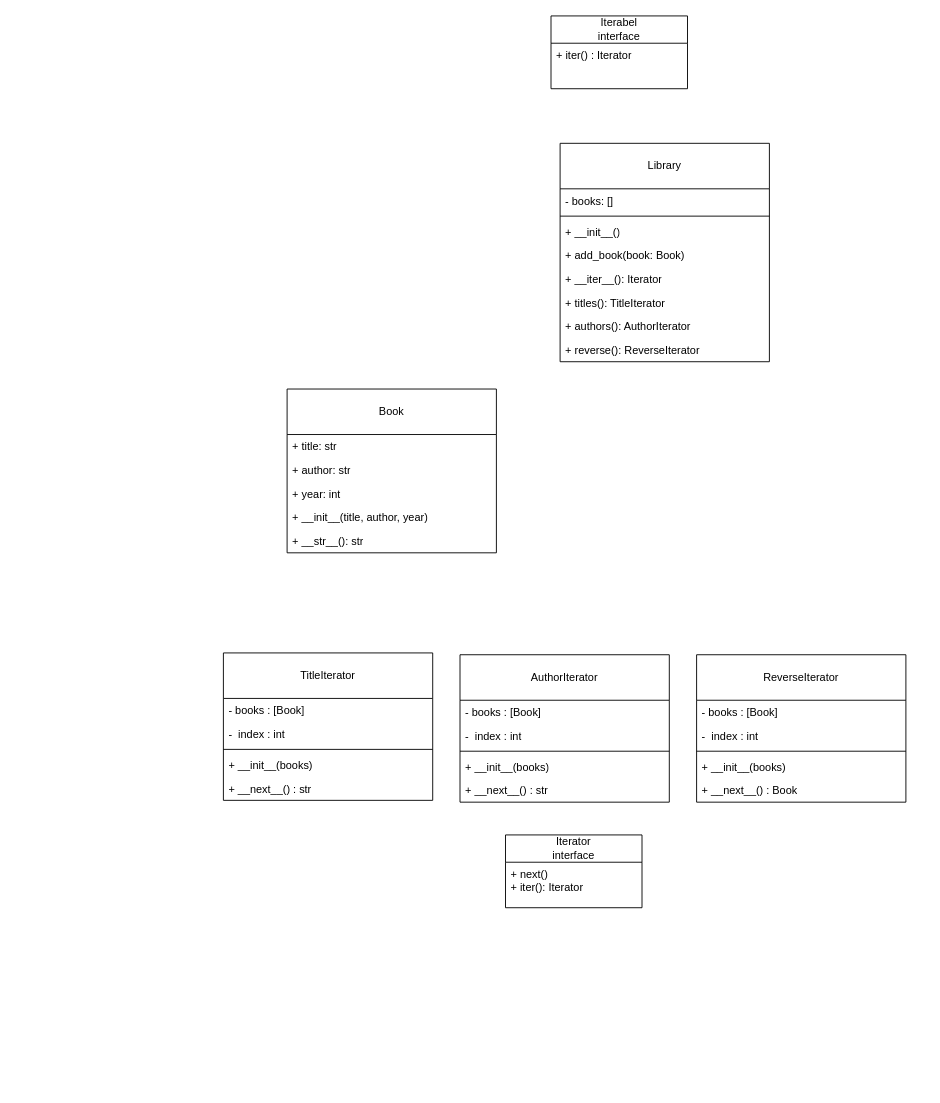
Earlier version of the draw.io diagram behavioral/iterator.drawio (PetrakovVladyslav/patterns). Source tidied: cells renumbered, new cells numbered last; positions are measured from the earlier drawing's top-left corner, leaving out a move shared by most shapes. Both pictures are drawn from the tidied source at 91%, with x=0, y=0 at pixel (223, 15).
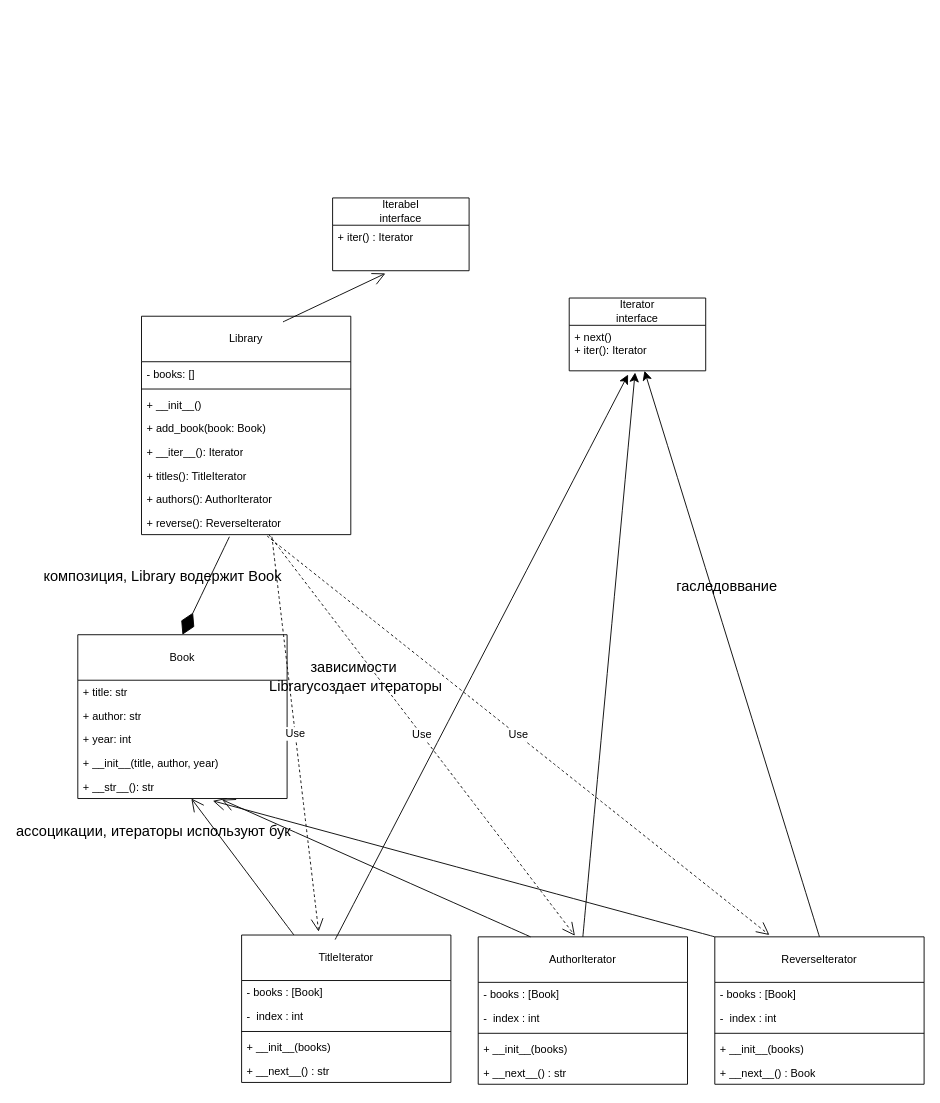
The same diagram, later.

The change refers to these unchanged cells:
```xml
<mxCell id="7" value="+ __str__(): str" style="text;strokeColor=none;fillColor=none;align=left;verticalAlign=top;spacingLeft=4;spacingRight=4;overflow=hidden;points=[[0,0.5],[1,0.5]];portConstraint=eastwest;whiteSpace=wrap;html=1;" parent="2" vertex="1">
  <mxGeometry y="154" width="230" height="26" as="geometry" />
</mxCell>
<mxCell id="22" value="+ reverse(): ReverseIterator" style="text;strokeColor=none;fillColor=none;align=left;verticalAlign=top;spacingLeft=4;spacingRight=4;overflow=hidden;points=[[0,0.5],[1,0.5]];portConstraint=eastwest;whiteSpace=wrap;html=1;" parent="14" vertex="1">
  <mxGeometry y="214" width="230" height="26" as="geometry" />
</mxCell>
<mxCell id="36" value="+ iter() : Iterator" style="text;strokeColor=none;fillColor=none;align=left;verticalAlign=top;spacingLeft=4;spacingRight=4;overflow=hidden;points=[[0,0.5],[1,0.5]];portConstraint=eastwest;whiteSpace=wrap;html=1;" parent="35" vertex="1">
  <mxGeometry y="30" width="150" height="50" as="geometry" />
</mxCell>
```

Change to the diagram source:
```diff
@@
     <mxCell id="2" value="Book" style="swimlane;fontStyle=0;horizontal=1;startSize=50;fillColor=none;whiteSpace=wrap;html=1;" parent="1" vertex="1">
-      <mxGeometry x="70" y="410" width="230" height="180" as="geometry" />
+      <mxGeometry x="-160" y="680" width="230" height="180" as="geometry" />
     </mxCell>
@@
     <mxCell id="8" value="TitleIterator" style="swimlane;fontStyle=0;horizontal=1;startSize=50;fillColor=none;whiteSpace=wrap;html=1;" parent="1" vertex="1">
-      <mxGeometry y="700" width="230" height="162" as="geometry" />
+      <mxGeometry x="20" y="1010" width="230" height="162" as="geometry" />
     </mxCell>
-    <mxCell id="9" value="- books : [Book]" style="text;strokeColor=none;fillColor=none;align=left;verticalAlign=top;spacingLeft=4;spacingRight=4;overflow=hidden;whiteSpace=wrap;html=1;" parent="8" vertex="1">
-      <mxGeometry y="50" width="230" height="26" as="geometry" />
-    </mxCell>
-    <mxCell id="10" value="-&amp;nbsp; index : int" style="text;strokeColor=none;fillColor=none;align=left;verticalAlign=top;spacingLeft=4;spacingRight=4;overflow=hidden;whiteSpace=wrap;html=1;" parent="8" vertex="1">
-      <mxGeometry y="76" width="230" height="26" as="geometry" />
-    </mxCell>
-    <mxCell id="11" style="line;strokeWidth=1;fillColor=none;align=left;verticalAlign=middle;spacingTop=-1;spacingLeft=3;spacingRight=3;labelPosition=right;strokeColor=inherit;" parent="8" vertex="1">
-      <mxGeometry y="102" width="230" height="8" as="geometry" />
-    </mxCell>
-    <mxCell id="12" value="+ __init__(books)" style="text;strokeColor=none;fillColor=none;align=left;verticalAlign=top;spacingLeft=4;spacingRight=4;overflow=hidden;whiteSpace=wrap;html=1;" parent="8" vertex="1">
-      <mxGeometry y="110" width="230" height="26" as="geometry" />
-    </mxCell>
-    <mxCell id="13" value="+ __next__() : str" style="text;strokeColor=none;fillColor=none;align=left;verticalAlign=top;spacingLeft=4;spacingRight=4;overflow=hidden;whiteSpace=wrap;html=1;" parent="8" vertex="1">
-      <mxGeometry y="136" width="230" height="26" as="geometry" />
-    </mxCell>
+    <mxCell id="39" value="- books : [Book]" style="text;strokeColor=none;fillColor=none;align=left;verticalAlign=top;spacingLeft=4;spacingRight=4;overflow=hidden;whiteSpace=wrap;html=1;" parent="8" vertex="1">
+      <mxGeometry y="50" width="230" height="26" as="geometry" />
+    </mxCell>
+    <mxCell id="40" value="-&amp;nbsp; index : int" style="text;strokeColor=none;fillColor=none;align=left;verticalAlign=top;spacingLeft=4;spacingRight=4;overflow=hidden;whiteSpace=wrap;html=1;" parent="8" vertex="1">
+      <mxGeometry y="76" width="230" height="26" as="geometry" />
+    </mxCell>
+    <mxCell id="41" style="line;strokeWidth=1;fillColor=none;align=left;verticalAlign=middle;spacingTop=-1;spacingLeft=3;spacingRight=3;labelPosition=right;strokeColor=inherit;" parent="8" vertex="1">
+      <mxGeometry y="102" width="230" height="8" as="geometry" />
+    </mxCell>
+    <mxCell id="42" value="+ __init__(books)" style="text;strokeColor=none;fillColor=none;align=left;verticalAlign=top;spacingLeft=4;spacingRight=4;overflow=hidden;whiteSpace=wrap;html=1;" parent="8" vertex="1">
+      <mxGeometry y="110" width="230" height="26" as="geometry" />
+    </mxCell>
+    <mxCell id="43" value="+ __next__() : str" style="text;strokeColor=none;fillColor=none;align=left;verticalAlign=top;spacingLeft=4;spacingRight=4;overflow=hidden;whiteSpace=wrap;html=1;" parent="8" vertex="1">
+      <mxGeometry y="136" width="230" height="26" as="geometry" />
+    </mxCell>
     <mxCell id="14" value="Library" style="swimlane;fontStyle=0;horizontal=1;startSize=50;fillColor=none;whiteSpace=wrap;html=1;" parent="1" vertex="1">
-      <mxGeometry x="370" y="140" width="230" height="240" as="geometry" />
+      <mxGeometry x="-90" y="330" width="230" height="240" as="geometry" />
     </mxCell>
@@
     <mxCell id="23" value="AuthorIterator" style="swimlane;fontStyle=0;horizontal=1;startSize=50;fillColor=none;whiteSpace=wrap;html=1;" parent="1" vertex="1">
-      <mxGeometry x="260" y="702" width="230" height="162" as="geometry" />
+      <mxGeometry x="280" y="1012" width="230" height="162" as="geometry" />
     </mxCell>
-    <mxCell id="24" value="- books : [Book]" style="text;strokeColor=none;fillColor=none;align=left;verticalAlign=top;spacingLeft=4;spacingRight=4;overflow=hidden;whiteSpace=wrap;html=1;" parent="23" vertex="1">
-      <mxGeometry y="50" width="230" height="26" as="geometry" />
-    </mxCell>
-    <mxCell id="25" value="-&amp;nbsp; index : int" style="text;strokeColor=none;fillColor=none;align=left;verticalAlign=top;spacingLeft=4;spacingRight=4;overflow=hidden;whiteSpace=wrap;html=1;" parent="23" vertex="1">
-      <mxGeometry y="76" width="230" height="26" as="geometry" />
-    </mxCell>
-    <mxCell id="26" style="line;strokeWidth=1;fillColor=none;align=left;verticalAlign=middle;spacingTop=-1;spacingLeft=3;spacingRight=3;labelPosition=right;strokeColor=inherit;" parent="23" vertex="1">
-      <mxGeometry y="102" width="230" height="8" as="geometry" />
-    </mxCell>
-    <mxCell id="27" value="+ __init__(books)" style="text;strokeColor=none;fillColor=none;align=left;verticalAlign=top;spacingLeft=4;spacingRight=4;overflow=hidden;whiteSpace=wrap;html=1;" parent="23" vertex="1">
-      <mxGeometry y="110" width="230" height="26" as="geometry" />
-    </mxCell>
-    <mxCell id="28" value="+ __next__() : str" style="text;strokeColor=none;fillColor=none;align=left;verticalAlign=top;spacingLeft=4;spacingRight=4;overflow=hidden;whiteSpace=wrap;html=1;" parent="23" vertex="1">
-      <mxGeometry y="136" width="230" height="26" as="geometry" />
-    </mxCell>
+    <mxCell id="44" value="- books : [Book]" style="text;strokeColor=none;fillColor=none;align=left;verticalAlign=top;spacingLeft=4;spacingRight=4;overflow=hidden;whiteSpace=wrap;html=1;" parent="23" vertex="1">
+      <mxGeometry y="50" width="230" height="26" as="geometry" />
+    </mxCell>
+    <mxCell id="45" value="-&amp;nbsp; index : int" style="text;strokeColor=none;fillColor=none;align=left;verticalAlign=top;spacingLeft=4;spacingRight=4;overflow=hidden;whiteSpace=wrap;html=1;" parent="23" vertex="1">
+      <mxGeometry y="76" width="230" height="26" as="geometry" />
+    </mxCell>
+    <mxCell id="46" style="line;strokeWidth=1;fillColor=none;align=left;verticalAlign=middle;spacingTop=-1;spacingLeft=3;spacingRight=3;labelPosition=right;strokeColor=inherit;" parent="23" vertex="1">
+      <mxGeometry y="102" width="230" height="8" as="geometry" />
+    </mxCell>
+    <mxCell id="47" value="+ __init__(books)" style="text;strokeColor=none;fillColor=none;align=left;verticalAlign=top;spacingLeft=4;spacingRight=4;overflow=hidden;whiteSpace=wrap;html=1;" parent="23" vertex="1">
+      <mxGeometry y="110" width="230" height="26" as="geometry" />
+    </mxCell>
+    <mxCell id="48" value="+ __next__() : str" style="text;strokeColor=none;fillColor=none;align=left;verticalAlign=top;spacingLeft=4;spacingRight=4;overflow=hidden;whiteSpace=wrap;html=1;" parent="23" vertex="1">
+      <mxGeometry y="136" width="230" height="26" as="geometry" />
+    </mxCell>
     <mxCell id="29" value="ReverseIterator" style="swimlane;fontStyle=0;horizontal=1;startSize=50;fillColor=none;whiteSpace=wrap;html=1;" parent="1" vertex="1">
-      <mxGeometry x="520" y="702" width="230" height="162" as="geometry" />
+      <mxGeometry x="540" y="1012" width="230" height="162" as="geometry" />
     </mxCell>
-    <mxCell id="30" value="- books : [Book]" style="text;strokeColor=none;fillColor=none;align=left;verticalAlign=top;spacingLeft=4;spacingRight=4;overflow=hidden;whiteSpace=wrap;html=1;" parent="29" vertex="1">
-      <mxGeometry y="50" width="230" height="26" as="geometry" />
-    </mxCell>
-    <mxCell id="31" value="-&amp;nbsp; index : int" style="text;strokeColor=none;fillColor=none;align=left;verticalAlign=top;spacingLeft=4;spacingRight=4;overflow=hidden;whiteSpace=wrap;html=1;" parent="29" vertex="1">
-      <mxGeometry y="76" width="230" height="26" as="geometry" />
-    </mxCell>
-    <mxCell id="32" style="line;strokeWidth=1;fillColor=none;align=left;verticalAlign=middle;spacingTop=-1;spacingLeft=3;spacingRight=3;labelPosition=right;strokeColor=inherit;" parent="29" vertex="1">
-      <mxGeometry y="102" width="230" height="8" as="geometry" />
-    </mxCell>
-    <mxCell id="33" value="+ __init__(books)" style="text;strokeColor=none;fillColor=none;align=left;verticalAlign=top;spacingLeft=4;spacingRight=4;overflow=hidden;whiteSpace=wrap;html=1;" parent="29" vertex="1">
-      <mxGeometry y="110" width="230" height="26" as="geometry" />
-    </mxCell>
+    <mxCell id="49" value="- books : [Book]" style="text;strokeColor=none;fillColor=none;align=left;verticalAlign=top;spacingLeft=4;spacingRight=4;overflow=hidden;whiteSpace=wrap;html=1;" parent="29" vertex="1">
+      <mxGeometry y="50" width="230" height="26" as="geometry" />
+    </mxCell>
+    <mxCell id="50" value="-&amp;nbsp; index : int" style="text;strokeColor=none;fillColor=none;align=left;verticalAlign=top;spacingLeft=4;spacingRight=4;overflow=hidden;whiteSpace=wrap;html=1;" parent="29" vertex="1">
+      <mxGeometry y="76" width="230" height="26" as="geometry" />
+    </mxCell>
+    <mxCell id="51" style="line;strokeWidth=1;fillColor=none;align=left;verticalAlign=middle;spacingTop=-1;spacingLeft=3;spacingRight=3;labelPosition=right;strokeColor=inherit;" parent="29" vertex="1">
+      <mxGeometry y="102" width="230" height="8" as="geometry" />
+    </mxCell>
+    <mxCell id="52" value="+ __init__(books)" style="text;strokeColor=none;fillColor=none;align=left;verticalAlign=top;spacingLeft=4;spacingRight=4;overflow=hidden;whiteSpace=wrap;html=1;" parent="29" vertex="1">
+      <mxGeometry y="110" width="230" height="26" as="geometry" />
+    </mxCell>
@@
+    <mxCell id="37" value="&lt;div&gt;Iterator&lt;/div&gt;&lt;div&gt;interface&lt;/div&gt;" style="swimlane;fontStyle=0;horizontal=1;startSize=30;fillColor=none;whiteSpace=wrap;html=1;" parent="1" vertex="1">
+      <mxGeometry x="380" y="310" width="150" height="80" as="geometry" />
+    </mxCell>
+    <mxCell id="38" value="&lt;div&gt;+ next()&lt;/div&gt;&lt;div&gt;+ iter(): Iterator&lt;/div&gt;" style="text;strokeColor=none;fillColor=none;align=left;verticalAlign=top;spacingLeft=4;spacingRight=4;overflow=hidden;whiteSpace=wrap;html=1;" parent="37" vertex="1">
+      <mxGeometry y="30" width="150" height="50" as="geometry" />
+    </mxCell>
+    <mxCell id="53" style="endArrow=classic;html=1;rounded=0;fontSize=12;startSize=8;endSize=8;curved=1;entryX=0.431;entryY=1.082;entryDx=0;entryDy=0;entryPerimeter=0;exitX=0.447;exitY=0.031;exitDx=0;exitDy=0;exitPerimeter=0;" parent="1" edge="1" source="8">
+      <mxGeometry relative="1" as="geometry">
+        <mxPoint x="444.7" y="394.1" as="targetPoint" />
+      </mxGeometry>
+    </mxCell>
+    <mxCell id="54" style="endArrow=classic;html=1;rounded=0;fontSize=12;startSize=8;endSize=8;curved=1;entryX=0.483;entryY=1.038;entryDx=0;entryDy=0;entryPerimeter=0;exitX=0.5;exitY=0;exitDx=0;exitDy=0;" parent="1" edge="1" source="23">
+      <mxGeometry relative="1" as="geometry">
+        <mxPoint x="452.4" y="391.9" as="targetPoint" />
+      </mxGeometry>
+    </mxCell>
+    <mxCell id="55" style="endArrow=classic;html=1;rounded=0;fontSize=12;startSize=8;endSize=8;curved=1;exitX=0.5;exitY=0;exitDx=0;exitDy=0;" parent="1" edge="1" source="29">
+      <mxGeometry relative="1" as="geometry">
+        <mxPoint x="462.7" y="390" as="targetPoint" />
+      </mxGeometry>
+    </mxCell>
+    <mxCell id="56" style="endArrow=diamondThin;endFill=1;endSize=24;html=1;rounded=0;fontSize=12;curved=1;entryX=0.5;entryY=0;entryDx=0;entryDy=0;exitX=0.42;exitY=1.09;exitDx=0;exitDy=0;exitPerimeter=0;" parent="1" edge="1" source="22" target="2">
+      <mxGeometry relative="1" as="geometry" />
+    </mxCell>
+    <mxCell id="57" value="Use" style="endArrow=open;endSize=12;dashed=1;html=1;rounded=0;fontSize=12;curved=1;exitX=0.623;exitY=1.092;exitDx=0;exitDy=0;exitPerimeter=0;entryX=0.368;entryY=-0.023;entryDx=0;entryDy=0;entryPerimeter=0;" parent="1" edge="1" source="22" target="8">
+      <mxGeometry relative="1" as="geometry" />
+    </mxCell>
+    <mxCell id="58" value="Use" style="endArrow=open;endSize=12;dashed=1;html=1;rounded=0;fontSize=12;curved=1;entryX=0.462;entryY=-0.008;entryDx=0;entryDy=0;entryPerimeter=0;" parent="1" edge="1" target="23">
+      <mxGeometry relative="1" as="geometry">
+        <mxPoint x="50" y="570" as="sourcePoint" />
+      </mxGeometry>
+    </mxCell>
+    <mxCell id="59" value="Use" style="endArrow=open;endSize=12;dashed=1;html=1;rounded=0;fontSize=12;curved=1;exitX=0.6;exitY=1.057;exitDx=0;exitDy=0;exitPerimeter=0;" parent="1" edge="1" source="22">
+      <mxGeometry relative="1" as="geometry">
+        <mxPoint x="600" y="1010" as="targetPoint" />
+      </mxGeometry>
+    </mxCell>
+    <mxCell id="60" style="endArrow=open;endFill=1;endSize=12;html=1;rounded=0;fontSize=12;curved=1;exitX=0.25;exitY=0;exitDx=0;exitDy=0;" parent="1" edge="1" source="8" target="7">
+      <mxGeometry relative="1" as="geometry" />
+    </mxCell>
+    <mxCell id="61" style="endArrow=open;endFill=1;endSize=12;html=1;rounded=0;fontSize=12;curved=1;exitX=0.25;exitY=0;exitDx=0;exitDy=0;entryX=0.689;entryY=1.049;entryDx=0;entryDy=0;entryPerimeter=0;" parent="1" edge="1" source="23" target="7">
+      <mxGeometry relative="1" as="geometry" />
+    </mxCell>
+    <mxCell id="62" style="endArrow=open;endFill=1;endSize=12;html=1;rounded=0;fontSize=12;curved=1;exitX=0;exitY=0;exitDx=0;exitDy=0;entryX=0.645;entryY=1.098;entryDx=0;entryDy=0;entryPerimeter=0;" parent="1" edge="1" source="29" target="7">
+      <mxGeometry relative="1" as="geometry" />
+    </mxCell>
     <mxCell id="35" value="&lt;div&gt;Iterabel&lt;/div&gt;&lt;div&gt;interface&lt;/div&gt;" style="swimlane;fontStyle=0;horizontal=1;startSize=30;fillColor=none;whiteSpace=wrap;html=1;" parent="1" vertex="1">
-      <mxGeometry x="360" width="150" height="80" as="geometry" />
+      <mxGeometry x="120" y="200" width="150" height="80" as="geometry" />
     </mxCell>
@@
-    <mxCell id="37" value="&lt;div&gt;Iterator&lt;/div&gt;&lt;div&gt;interface&lt;/div&gt;" style="swimlane;fontStyle=0;horizontal=1;startSize=30;fillColor=none;whiteSpace=wrap;html=1;" parent="1" vertex="1">
-      <mxGeometry x="310" y="900" width="150" height="80" as="geometry" />
-    </mxCell>
-    <mxCell id="38" value="&lt;div&gt;+ next()&lt;/div&gt;&lt;div&gt;+ iter(): Iterator&lt;/div&gt;" style="text;strokeColor=none;fillColor=none;align=left;verticalAlign=top;spacingLeft=4;spacingRight=4;overflow=hidden;whiteSpace=wrap;html=1;" parent="37" vertex="1">
-      <mxGeometry y="30" width="150" height="50" as="geometry" />
-    </mxCell>
+    <mxCell id="63" style="endArrow=open;endFill=1;endSize=12;html=1;rounded=0;fontSize=12;curved=1;entryX=0.387;entryY=1.059;entryDx=0;entryDy=0;entryPerimeter=0;exitX=0.676;exitY=0.026;exitDx=0;exitDy=0;exitPerimeter=0;" parent="1" edge="1" source="14" target="36">
+      <mxGeometry relative="1" as="geometry" />
+    </mxCell>
+    <mxCell id="64" value="гаследоввание" style="text;html=1;align=center;verticalAlign=middle;strokeColor=none;fillColor=none;fontSize=16;" parent="1" vertex="1">
+      <mxGeometry x="493" y="611" width="120" height="30" as="geometry" />
+    </mxCell>
+    <mxCell id="65" value="композиция, Library водержит Book" style="text;html=1;align=center;verticalAlign=middle;strokeColor=none;fillColor=none;fontSize=16;" parent="1" vertex="1">
+      <mxGeometry x="-202" y="601" width="270" height="30" as="geometry" />
+    </mxCell>
+    <mxCell id="66" value="&lt;div&gt;зависимости&lt;/div&gt;&lt;div&gt;&amp;nbsp;Libraryсоздает итераторы&lt;/div&gt;" style="text;html=1;align=center;verticalAlign=middle;strokeColor=none;fillColor=none;fontSize=16;" parent="1" vertex="1">
+      <mxGeometry x="43" y="701" width="200" height="50" as="geometry" />
+    </mxCell>
+    <mxCell id="67" value="ассоцикации, итераторы используют бук" style="text;html=1;align=center;verticalAlign=middle;strokeColor=none;fillColor=none;fontSize=16;" parent="1" vertex="1">
+      <mxGeometry x="-222" y="881" width="290" height="30" as="geometry" />
+    </mxCell>
```
